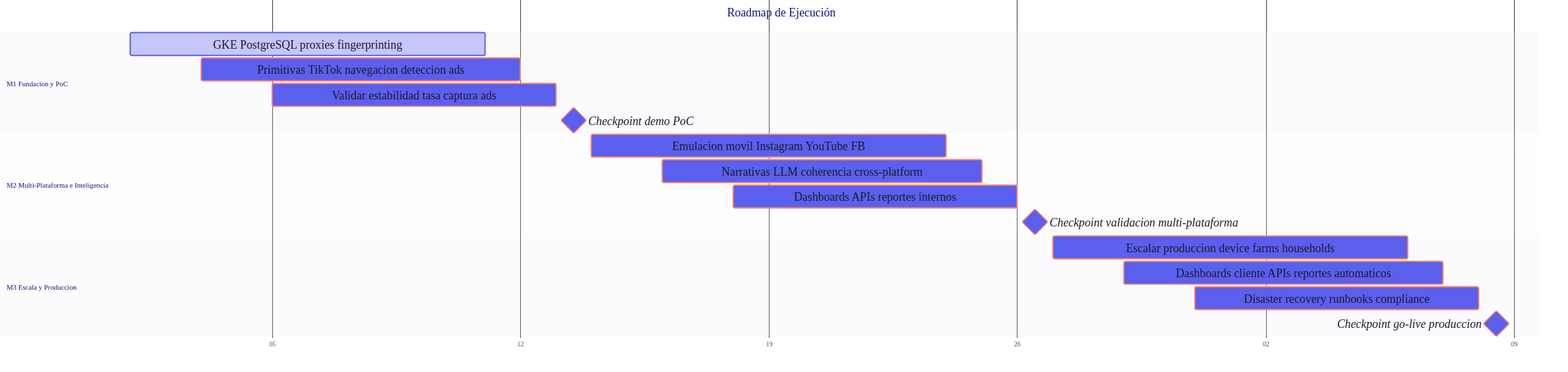
Before: docs/presentation/visuals/renders/03_timeline.png, a diagram exported from Mermaid (SeenkaMedia/persona). Its source is kept beside it as docs/presentation/visuals/03_timeline.mmd.
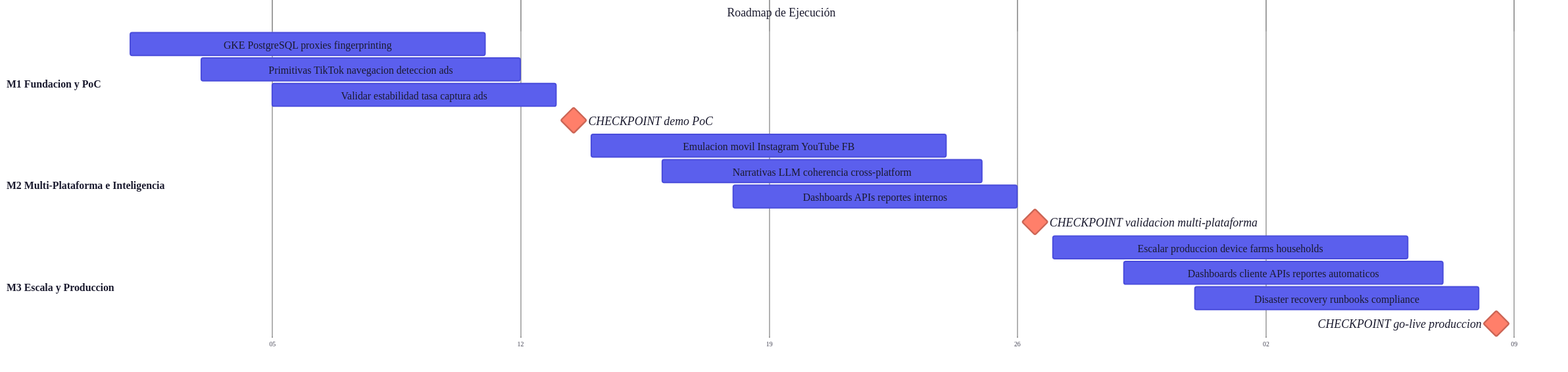
After the commit.

What changed in the source:
```diff
@@ -1,4 +1,4 @@
-%%{init: {'theme':'base', 'themeVariables': { 'fontSize':'20px', 'fontFamily':'Lato', 'primaryColor':'#5B5FED', 'primaryTextColor':'#1a1a2e', 'primaryBorderColor':'#FF7F6A', 'lineColor':'#555555', 'gridColor':'#555555', 'todayLineColor':'#FF7F6A', 'sectionBkgColor':'#E8E9F5', 'altSectionBkgColor':'#F8F9FA', 'sectionBkgColor2':'#F0F1FF'}, 'gantt': {'useWidth': 2400, 'fontSize': 18, 'numberSectionStyles': 3, 'axisFormat': '%d', 'gridLineStartPadding': 0, 'leftPadding': 200, 'barHeight': 35}}}%%
+%%{init: {'theme':'base', 'themeVariables': { 'fontSize':'20px', 'fontFamily':'Lato', 'primaryColor':'#5B5FED', 'primaryTextColor':'#1a1a2e', 'primaryBorderColor':'#FF7F6A', 'lineColor':'#888888', 'gridColor':'#888888', 'todayLineColor':'#FF7F6A', 'sectionBkgColor':'#ffffff', 'altSectionBkgColor':'#ffffff', 'sectionBkgColor2':'#ffffff', 'background':'#ffffff'}, 'gantt': {'useWidth': 2400, 'fontSize': 18, 'numberSectionStyles': 3, 'axisFormat': '%d', 'gridLineStartPadding': 0, 'leftPadding': 200, 'barHeight': 35}}}%%
 
 gantt
     title Roadmap de Ejecución
@@ -9,16 +9,16 @@
     GKE PostgreSQL proxies fingerprinting :active, m1a, 2025-01-01, 10d
     Primitivas TikTok navegacion deteccion ads :m1b, 2025-01-03, 9d
     Validar estabilidad tasa captura ads :m1c, 2025-01-05, 8d
-    Checkpoint demo PoC :milestone, m1d, 2025-01-13, 1d
+    CHECKPOINT demo PoC :milestone, m1d, 2025-01-13, 1d
 
     section M2 Multi-Plataforma e Inteligencia
     Emulacion movil Instagram YouTube FB :m2a, 2025-01-14, 10d
     Narrativas LLM coherencia cross-platform :m2b, 2025-01-16, 9d
     Dashboards APIs reportes internos :m2c, 2025-01-18, 8d
-    Checkpoint validacion multi-plataforma :milestone, m2d, 2025-01-26, 1d
+    CHECKPOINT validacion multi-plataforma :milestone, m2d, 2025-01-26, 1d
 
     section M3 Escala y Produccion
     Escalar produccion device farms households :m3a, 2025-01-27, 10d
     Dashboards cliente APIs reportes automaticos :m3b, 2025-01-29, 9d
     Disaster recovery runbooks compliance :m3c, 2025-01-31, 8d
-    Checkpoint go-live produccion :milestone, m3d, 2025-02-08, 1d
+    CHECKPOINT go-live produccion :milestone, m3d, 2025-02-08, 1d
```
